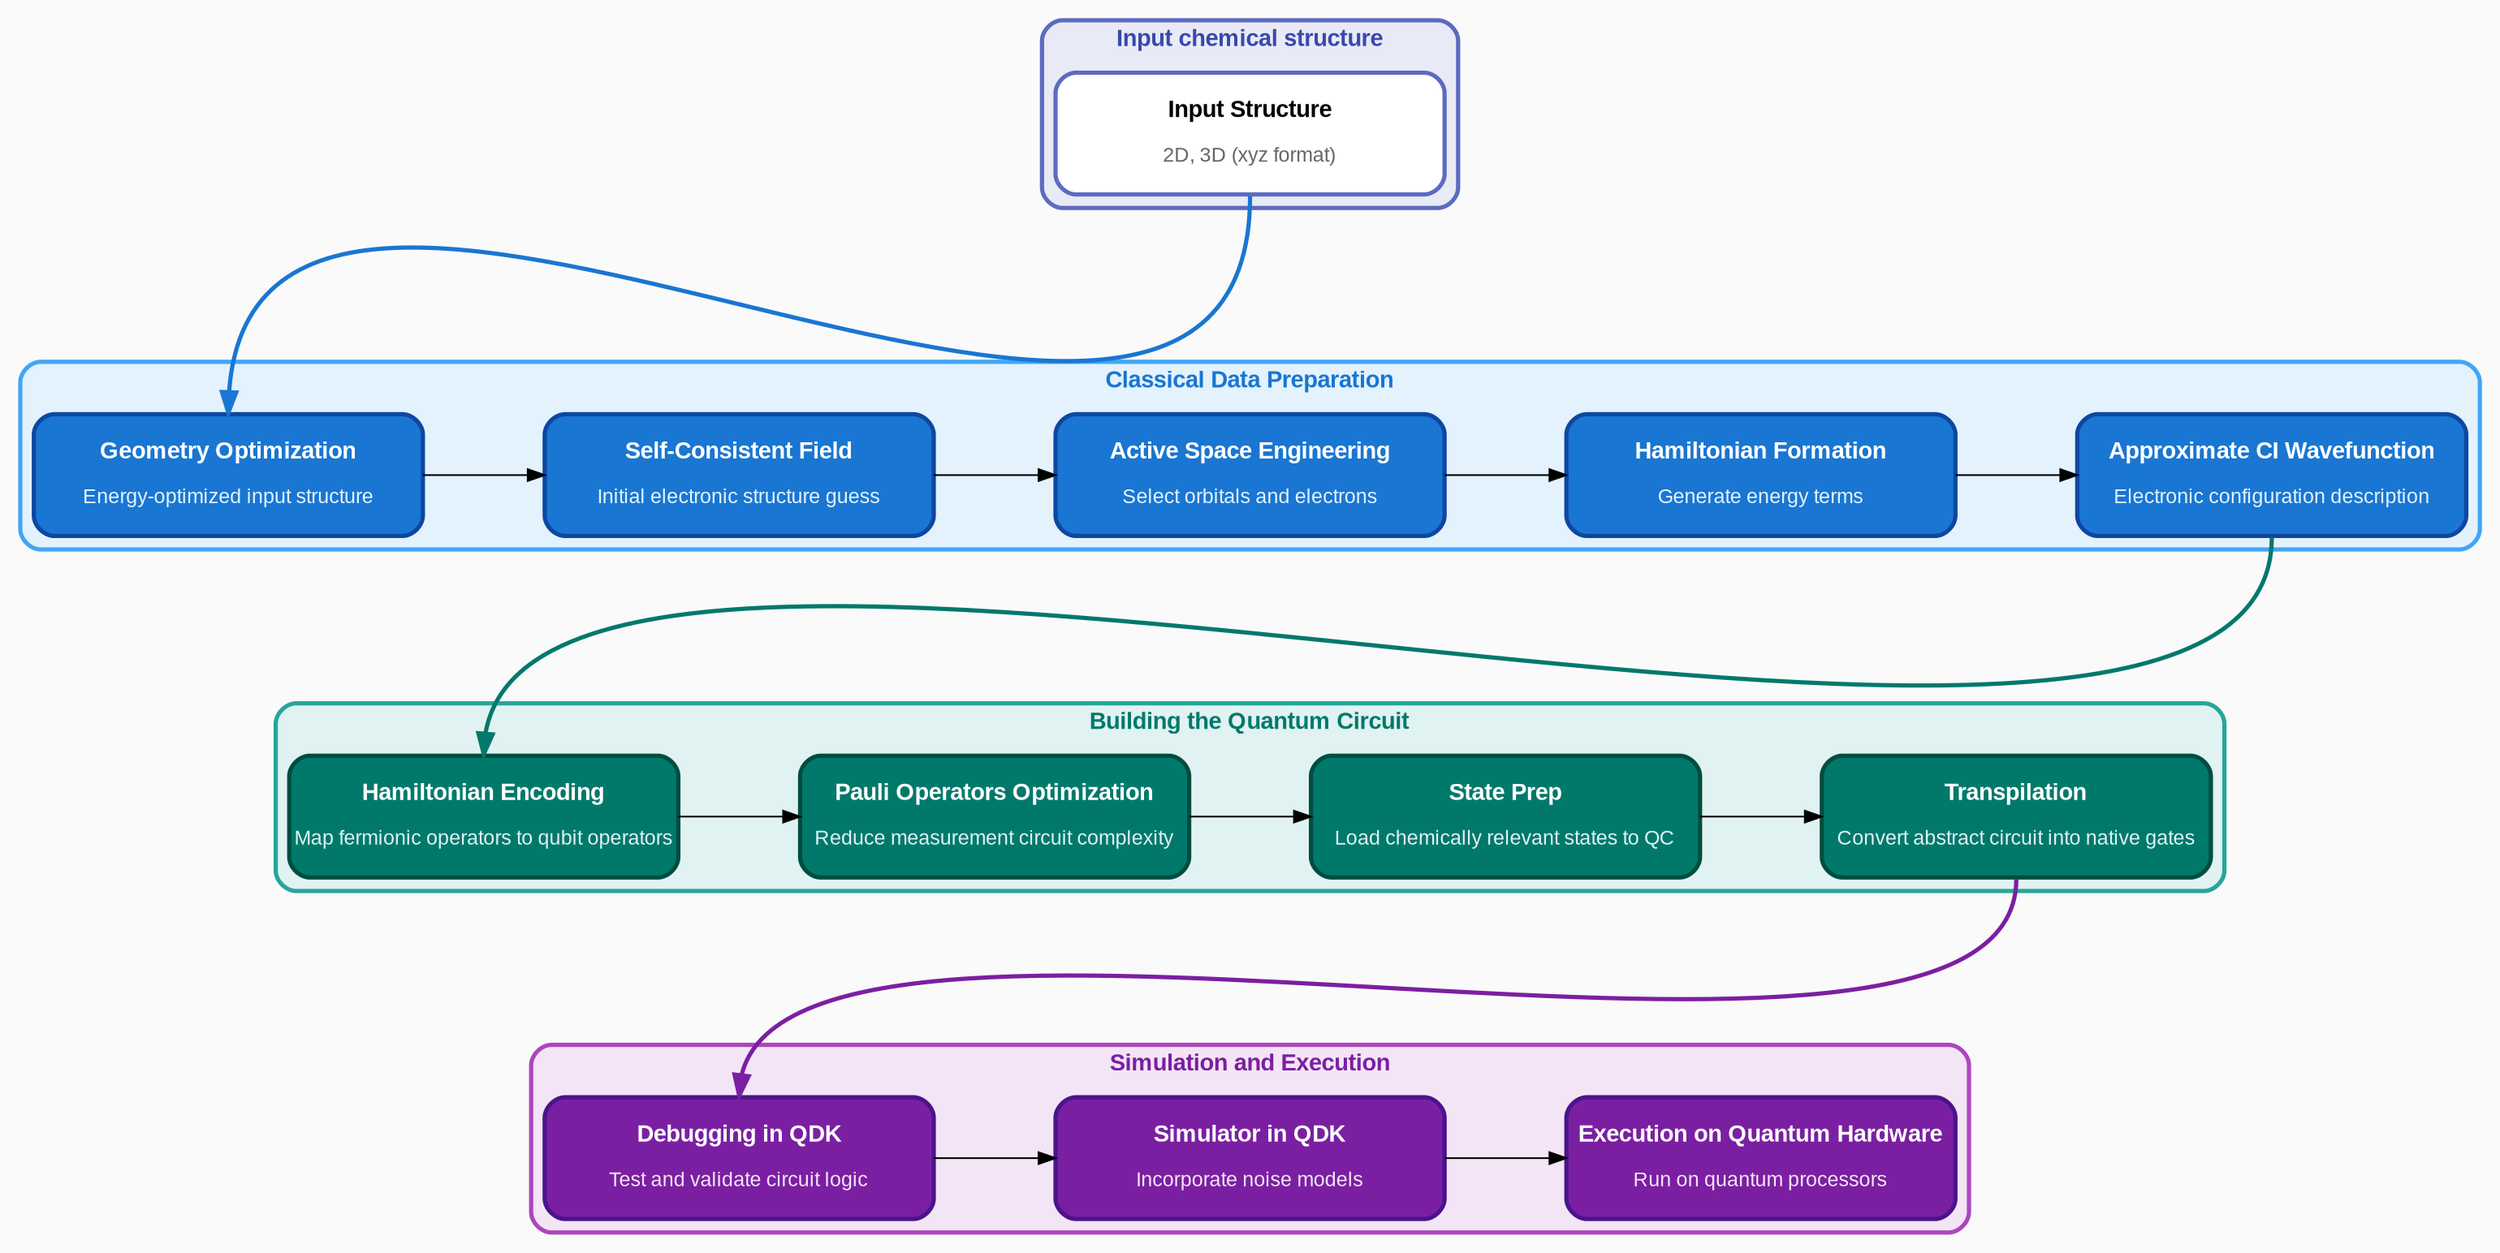
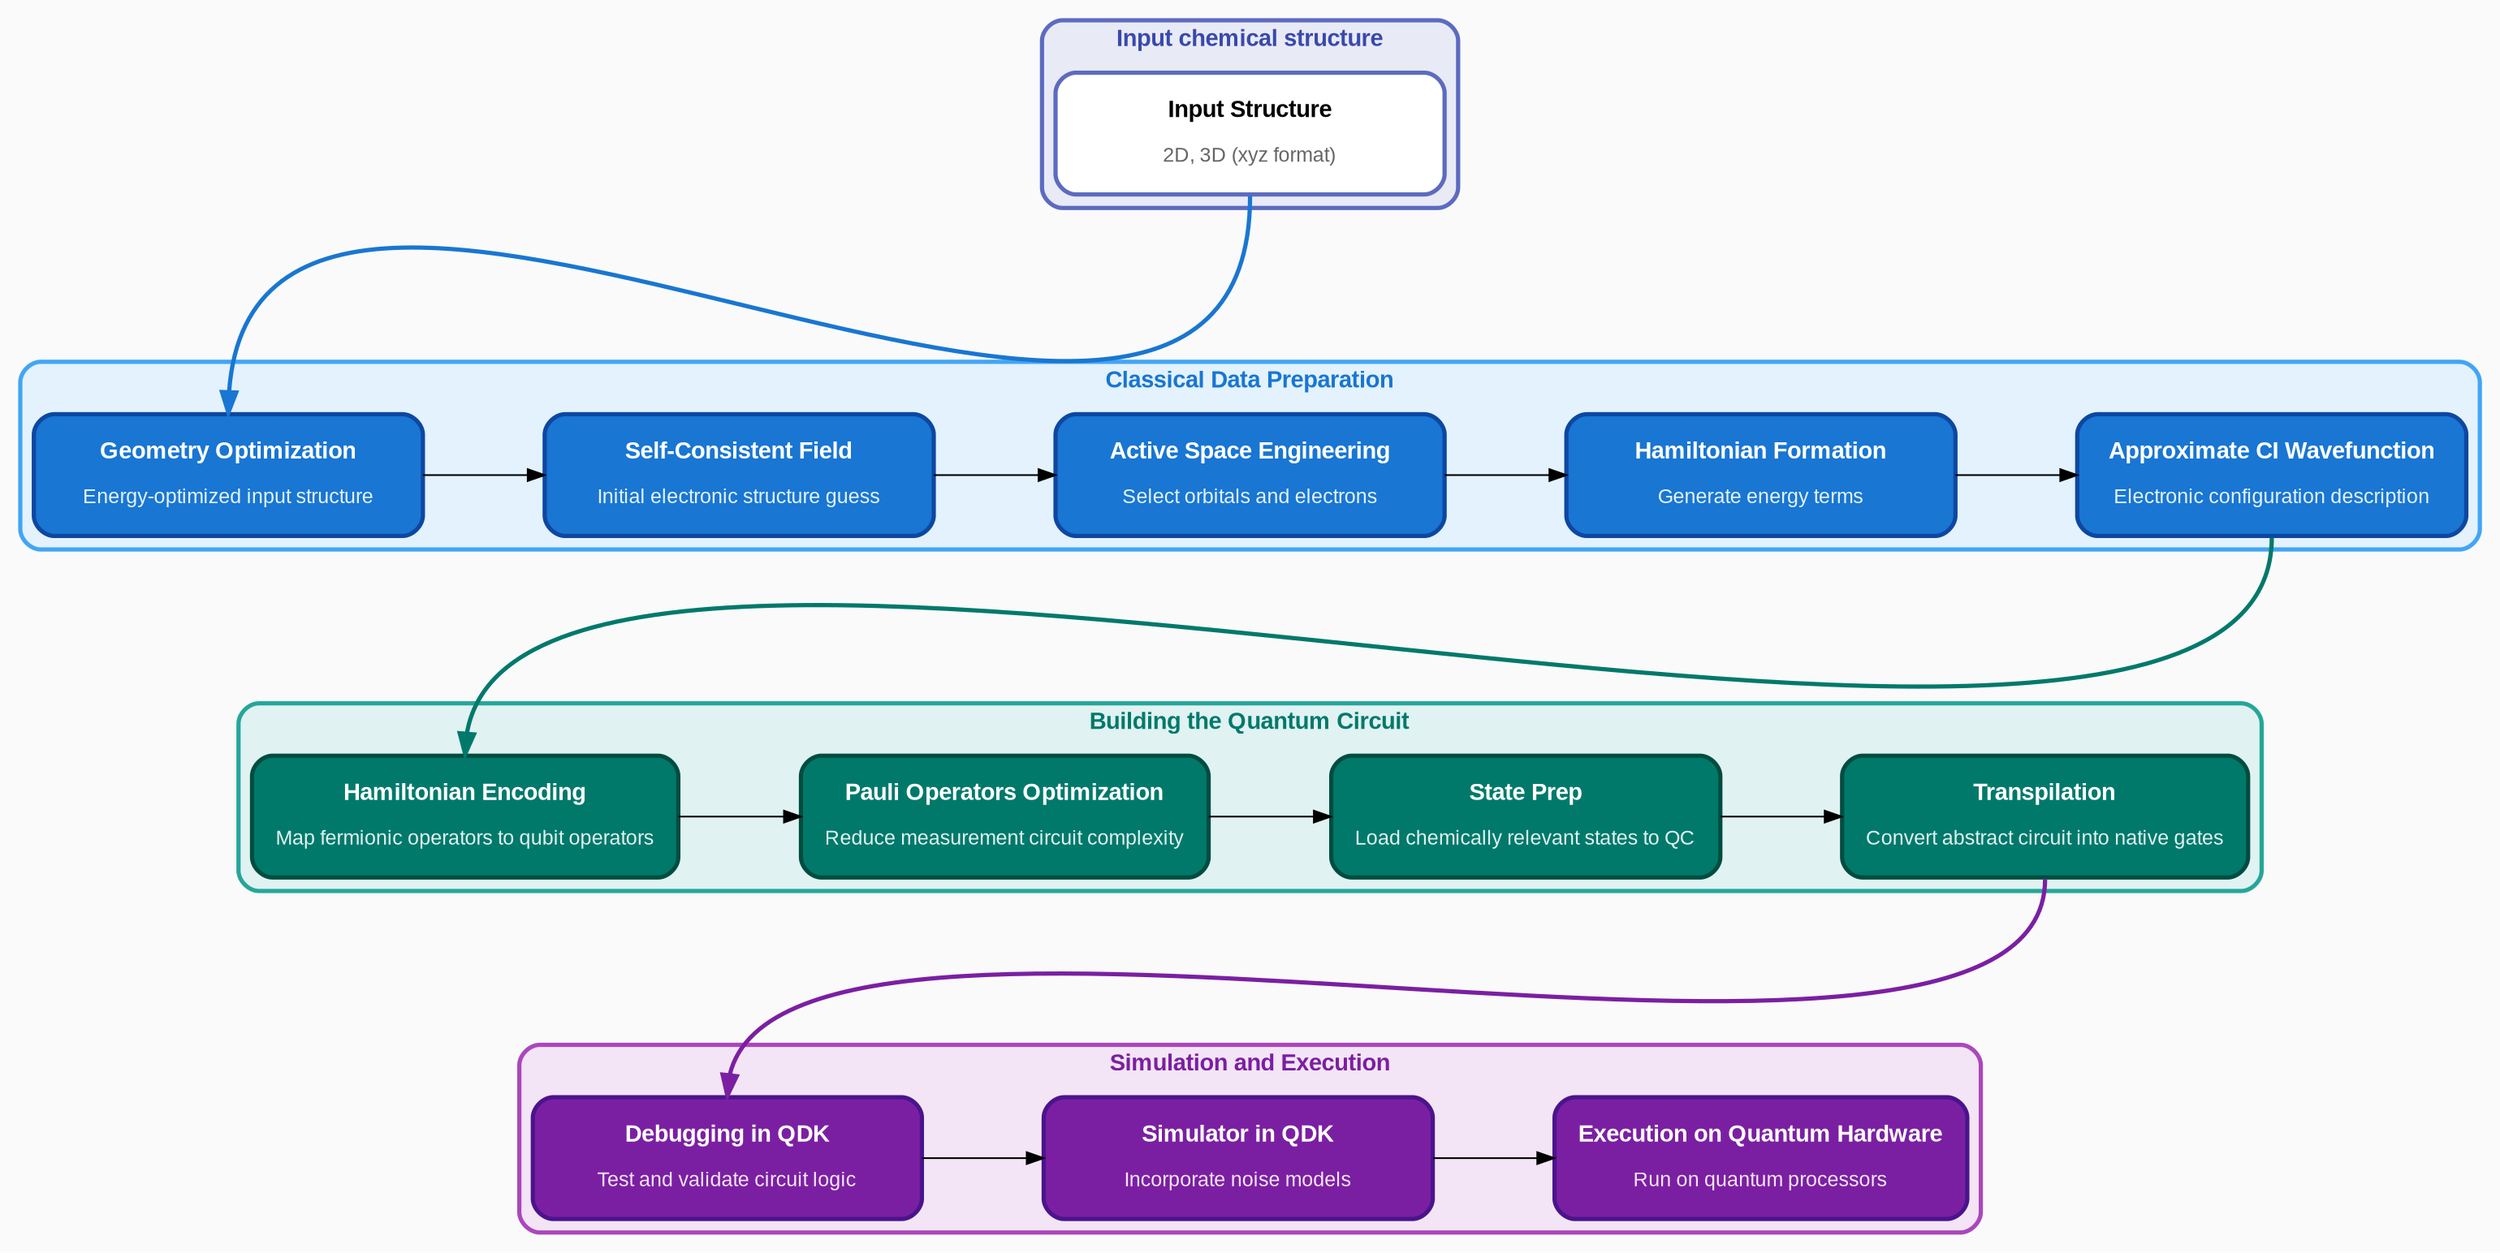
digraph QuantumWorkflow {
    // Graph settings for vertical layout
    rankdir=TB;
    ranksep=1.8;
    nodesep=1.0;
    newrank=true;
    compound=true;
    overlap=false;
    sep="+0.5";
    bgcolor="#FAFAFA";

    // Default node style
-     node [shape=box, style="rounded,filled", fontname="Arial", width=3.2, height=1.0, fixedsize=true, margin=0.2];
+     node [shape=box, style="rounded,filled", fontname="Arial", width=3.2, height=1.0, margin=0.2];

    // Input subgraph
    subgraph cluster_0 {
        label="Input chemical structure";
        style="filled,rounded";
        fillcolor="#E8EAF6";
        color="#5C6BC0";
        penwidth=2.5;
        fontsize=14;
        fontname="Arial Bold";
        fontcolor="#3949AB";

        Start [label=<<B>Input Structure</B><BR/><BR/><FONT POINT-SIZE="12" COLOR="#666666">2D, 3D (xyz format)</FONT>>, fillcolor="#FFFFFF", color="#5C6BC0", penwidth=2.5, group=g1];
    }

    // Classical Data Preparation subgraph
    subgraph cluster_1 {
        label="Classical Data Preparation";
        style="filled,rounded";
        fillcolor="#E3F2FD";
        color="#42A5F5";
        penwidth=2.5;
        fontsize=14;
        fontname="Arial Bold";
        fontcolor="#1976D2";
        rank=same;

        GeomOpt [label=<<B>Geometry Optimization</B><BR/><BR/><FONT POINT-SIZE="12" COLOR="#E3F2FD">Energy-optimized input structure</FONT>>, fillcolor="#1976D2", fontcolor=white, color="#0D47A1", penwidth=2.5, group=g1];
        SCF [label=<<B>Self-Consistent Field</B><BR/><BR/><FONT POINT-SIZE="12" COLOR="#E3F2FD">Initial electronic structure guess</FONT>>, fillcolor="#1976D2", fontcolor=white, color="#0D47A1", penwidth=2.5];
        ActiveSpace [label=<<B>Active Space Engineering</B><BR/><BR/><FONT POINT-SIZE="12" COLOR="#E3F2FD">Select orbitals and electrons</FONT>>, fillcolor="#1976D2", fontcolor=white, color="#0D47A1", penwidth=2.5];
        Hamilton [label=<<B>Hamiltonian Formation</B><BR/><BR/><FONT POINT-SIZE="12" COLOR="#E3F2FD">Generate energy terms</FONT>>, fillcolor="#1976D2", fontcolor=white, color="#0D47A1", penwidth=2.5];
        ApproxCI [label=<<B>Approximate CI Wavefunction</B><BR/><BR/><FONT POINT-SIZE="12" COLOR="#E3F2FD">Electronic configuration description</FONT>>, fillcolor="#1976D2", fontcolor=white, color="#0D47A1", penwidth=2.5];

        GeomOpt -> SCF -> ActiveSpace -> Hamilton -> ApproxCI;
    }

    // Building Quantum Circuit subgraph
    subgraph cluster_2 {
        label="Building the Quantum Circuit";
        style="filled,rounded";
        fillcolor="#E0F2F1";
        color="#26A69A";
        penwidth=2.5;
        fontsize=14;
        fontname="Arial Bold";
        fontcolor="#00796B";
        rank=same;

        HamEncode [label=<<B>Hamiltonian Encoding</B><BR/><BR/><FONT POINT-SIZE="12" COLOR="#E0F2F1">Map fermionic operators to qubit operators</FONT>>, fillcolor="#00796B", fontcolor=white, color="#004D40", penwidth=2.5, group=g1];
        PauliOpt [label=<<B>Pauli Operators Optimization</B><BR/><BR/><FONT POINT-SIZE="12" COLOR="#E0F2F1">Reduce measurement circuit complexity</FONT>>, fillcolor="#00796B", fontcolor=white, color="#004D40", penwidth=2.5];
        StatePrep [label=<<B>State Prep</B><BR/><BR/><FONT POINT-SIZE="12" COLOR="#E0F2F1">Load chemically relevant states to QC</FONT>>, fillcolor="#00796B", fontcolor=white, color="#004D40", penwidth=2.5];
        Transpilation [label=<<B>Transpilation</B><BR/><BR/><FONT POINT-SIZE="12" COLOR="#E0F2F1">Convert abstract circuit into native gates</FONT>>, fillcolor="#00796B", fontcolor=white, color="#004D40", penwidth=2.5];

        HamEncode -> PauliOpt -> StatePrep -> Transpilation;
    }

    // Simulation and Execution subgraph
    subgraph cluster_3 {
        label="Simulation and Execution";
        style="filled,rounded";
        fillcolor="#F3E5F5";
        color="#AB47BC";
        penwidth=2.5;
        fontsize=14;
        fontname="Arial Bold";
        fontcolor="#7B1FA2";
        rank=same;

        Debug [label=<<B>Debugging in QDK</B><BR/><BR/><FONT POINT-SIZE="12" COLOR="#F3E5F5">Test and validate circuit logic</FONT>>, fillcolor="#7B1FA2", fontcolor=white, color="#4A148C", penwidth=2.5, group=g1];
        Simulator [label=<<B>Simulator in QDK</B><BR/><BR/><FONT POINT-SIZE="12" COLOR="#F3E5F5">Incorporate noise models</FONT>>, fillcolor="#7B1FA2", fontcolor=white, color="#4A148C", penwidth=2.5];
        Execute [label=<<B>Execution on Quantum Hardware</B><BR/><BR/><FONT POINT-SIZE="12" COLOR="#F3E5F5">Run on quantum processors</FONT>>, fillcolor="#7B1FA2", fontcolor=white, color="#4A148C", penwidth=2.5];

        Debug -> Simulator -> Execute;
    }

    // Workflow connections between subgraphs
    Start:s -> GeomOpt:n [color="#1976D2", penwidth=2.5, weight=0, arrowsize=1.2];
    ApproxCI:s -> HamEncode:n [color="#00796B", penwidth=2.5, weight=0, arrowsize=1.2];
    Transpilation:s -> Debug:n [color="#7B1FA2", penwidth=2.5, weight=0, arrowsize=1.2];
}
